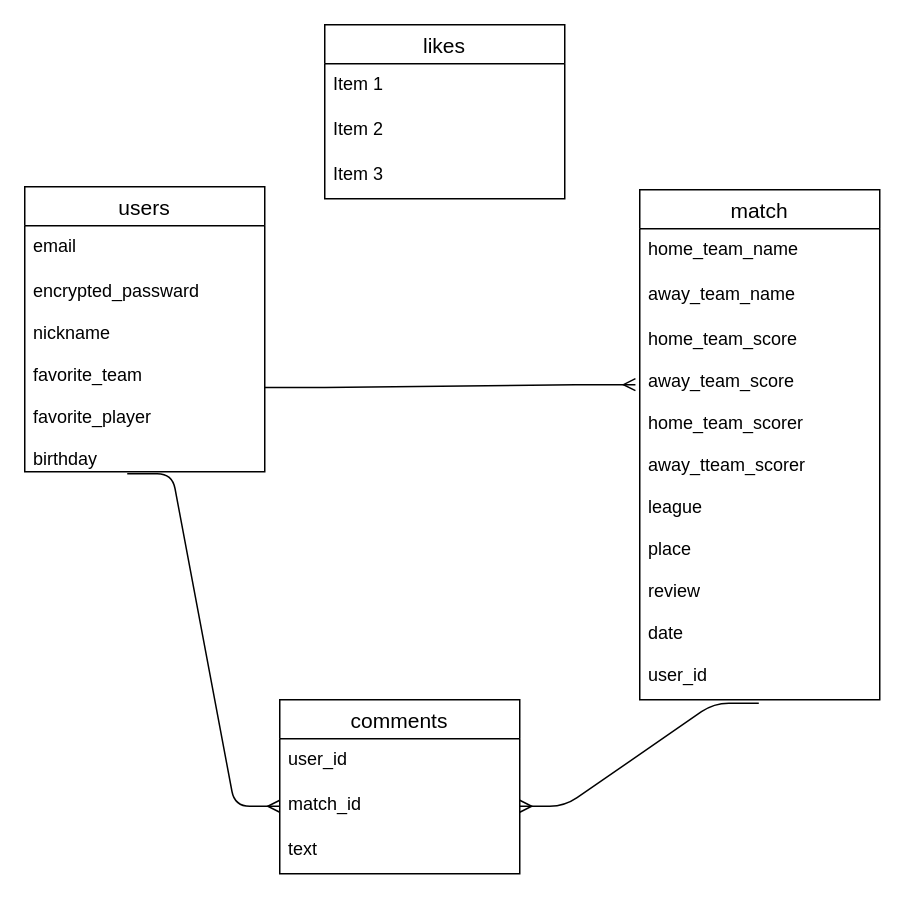
The draw.io diagram footballstadium.dio in reohashimoto/footballstadium, before the edit. Source tidied: cells renumbered, new cells numbered last; positions are measured from the earlier drawing's top-left corner, leaving out a move shared by most shapes. Both pictures are drawn from the tidied source at 150%, with x=0, y=0 at pixel (24, 24).
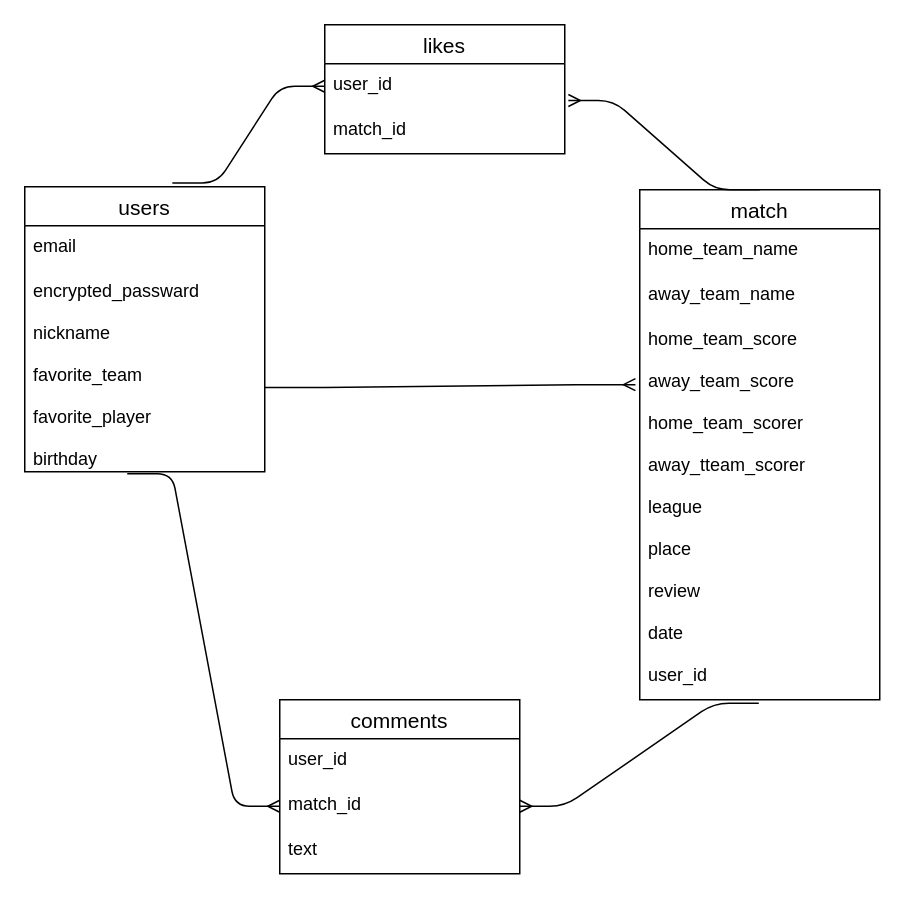
The same diagram, later.

Unchanged cells that the change refers to:
```xml
<mxCell id="2" value="users" style="swimlane;fontStyle=0;horizontal=1;startSize=26;align=center;fontSize=14;" parent="1" vertex="1">
  <mxGeometry y="108" width="160" height="190" as="geometry" />
</mxCell>
<mxCell id="5" value="match" style="swimlane;fontStyle=0;horizontal=1;startSize=26;align=center;fontSize=14;" parent="1" vertex="1">
  <mxGeometry x="410" y="110" width="160" height="340" as="geometry" />
</mxCell>
```

Change to the diagram source:
```diff
@@
     <mxCell id="16" value="likes" style="swimlane;fontStyle=0;horizontal=1;startSize=26;align=center;fontSize=14;" parent="1" vertex="1">
-      <mxGeometry x="200" width="160" height="116" as="geometry" />
+      <mxGeometry x="200" width="160" height="86" as="geometry" />
     </mxCell>
-    <mxCell id="17" value="Item 1" style="text;strokeColor=none;fillColor=none;spacingLeft=4;spacingRight=4;overflow=hidden;points=[[0,0.5],[1,0.5]];portConstraint=eastwest;fontSize=12;" parent="16" vertex="1">
+    <mxCell id="17" value="user_id" style="text;strokeColor=none;fillColor=none;spacingLeft=4;spacingRight=4;overflow=hidden;points=[[0,0.5],[1,0.5]];portConstraint=eastwest;fontSize=12;" parent="16" vertex="1">
       <mxGeometry y="26" width="160" height="30" as="geometry" />
     </mxCell>
-    <mxCell id="18" value="Item 2" style="text;strokeColor=none;fillColor=none;spacingLeft=4;spacingRight=4;overflow=hidden;points=[[0,0.5],[1,0.5]];portConstraint=eastwest;fontSize=12;" parent="16" vertex="1">
+    <mxCell id="18" value="match_id" style="text;strokeColor=none;fillColor=none;spacingLeft=4;spacingRight=4;overflow=hidden;points=[[0,0.5],[1,0.5]];portConstraint=eastwest;fontSize=12;" parent="16" vertex="1">
       <mxGeometry y="56" width="160" height="30" as="geometry" />
     </mxCell>
-    <mxCell id="19" value="Item 3" style="text;strokeColor=none;fillColor=none;spacingLeft=4;spacingRight=4;overflow=hidden;fontSize=12;" parent="16" vertex="1">
-      <mxGeometry y="86" width="160" height="30" as="geometry" />
-    </mxCell>
+    <mxCell id="20" style="edgeStyle=entityRelationEdgeStyle;fontSize=12;html=1;endArrow=ERmany;exitX=0.615;exitY=-0.013;exitDx=0;exitDy=0;exitPerimeter=0;entryX=0;entryY=0.5;entryDx=0;entryDy=0;" parent="1" edge="1" source="2" target="17">
+      <mxGeometry relative="1" as="geometry" />
+    </mxCell>
+    <mxCell id="21" style="edgeStyle=entityRelationEdgeStyle;fontSize=12;html=1;endArrow=ERmany;entryX=1.015;entryY=-0.183;entryDx=0;entryDy=0;entryPerimeter=0;exitX=0.5;exitY=0;exitDx=0;exitDy=0;" parent="1" edge="1" source="5" target="18">
+      <mxGeometry relative="1" as="geometry" />
+    </mxCell>
```
